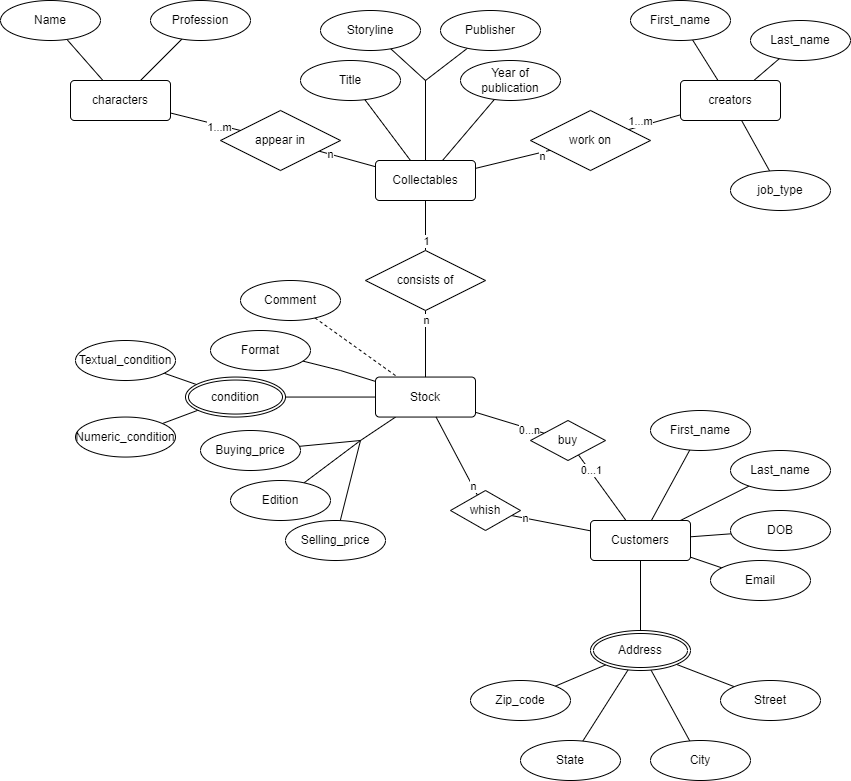
This is ER.drawio.png from FlorainK/SQL-endterm, a draw.io export, as it was before one commit. Source tidied: cells renumbered, new cells last; positions are measured from the earlier drawing's top-left corner, leaving out a move shared by most shapes. Source of this version:
```xml
<mxGraphModel>
  <root>
    <mxCell id="0" />
    <mxCell id="1" parent="0" />
    <mxCell id="2" style="edgeStyle=entityRelationEdgeStyle;endArrow=ERzeroToMany;startArrow=ERone;endFill=1;startFill=0;" parent="1" edge="1" target="x">
      <mxGeometry relative="1" as="geometry">
        <mxPoint x="700" y="5" as="sourcePoint" />
      </mxGeometry>
    </mxCell>
    <mxCell id="3" style="edgeStyle=none;rounded=0;jettySize=auto;html=1;endArrow=none;endFill=0;" parent="1" edge="1" source="5" target="39">
      <mxGeometry relative="1" as="geometry" />
    </mxCell>
    <mxCell id="4" style="edgeStyle=none;rounded=0;jettySize=auto;html=1;endArrow=none;endFill=0;" parent="1" edge="1" source="5" target="38">
      <mxGeometry relative="1" as="geometry" />
    </mxCell>
    <mxCell id="5" value="characters" style="rounded=1;arcSize=10;whiteSpace=wrap;html=1;align=center;" parent="1" vertex="1">
      <mxGeometry x="70" y="80" width="100" height="40" as="geometry" />
    </mxCell>
    <mxCell id="6" value="creators" style="rounded=1;arcSize=10;whiteSpace=wrap;html=1;align=center;" parent="1" vertex="1">
      <mxGeometry x="680" y="80" width="100" height="40" as="geometry" />
    </mxCell>
    <mxCell id="7" value="Collectables" style="rounded=1;arcSize=10;whiteSpace=wrap;html=1;align=center;" parent="1" vertex="1">
      <mxGeometry x="375" y="160" width="100" height="40" as="geometry" />
    </mxCell>
    <mxCell id="8" style="edgeStyle=none;rounded=0;jettySize=auto;html=1;endArrow=none;endFill=0;" parent="1" edge="1" source="10">
      <mxGeometry relative="1" as="geometry">
        <mxPoint x="360" y="440" as="targetPoint" />
      </mxGeometry>
    </mxCell>
    <mxCell id="9" style="edgeStyle=none;rounded=0;jettySize=auto;html=1;endArrow=none;endFill=0;" parent="1" edge="1" source="10" target="79">
      <mxGeometry relative="1" as="geometry">
        <Array as="points">
          <mxPoint x="340" y="370" />
        </Array>
      </mxGeometry>
    </mxCell>
    <mxCell id="10" value="Stock" style="rounded=1;arcSize=10;whiteSpace=wrap;html=1;align=center;" parent="1" vertex="1">
      <mxGeometry x="375" y="376.5" width="100" height="40" as="geometry" />
    </mxCell>
    <mxCell id="11" style="edgeStyle=none;rounded=0;jettySize=auto;html=1;endArrow=none;endFill=0;" parent="1" edge="1" source="14" target="31">
      <mxGeometry relative="1" as="geometry" />
    </mxCell>
    <mxCell id="12" style="edgeStyle=none;rounded=0;jettySize=auto;html=1;endArrow=none;endFill=0;" parent="1" edge="1" source="14" target="29">
      <mxGeometry relative="1" as="geometry" />
    </mxCell>
    <mxCell id="13" style="edgeStyle=none;rounded=0;jettySize=auto;html=1;endArrow=none;endFill=0;" parent="1" edge="1" source="14" target="30">
      <mxGeometry relative="1" as="geometry" />
    </mxCell>
    <mxCell id="14" value="Customers" style="rounded=1;arcSize=10;whiteSpace=wrap;html=1;align=center;" parent="1" vertex="1">
      <mxGeometry x="590" y="520" width="100" height="40" as="geometry" />
    </mxCell>
    <mxCell id="15" style="edgeStyle=none;rounded=0;jettySize=auto;html=1;endArrow=none;endFill=0;" parent="1" edge="1" source="20" target="14">
      <mxGeometry relative="1" as="geometry" />
    </mxCell>
    <mxCell id="16" style="edgeStyle=none;rounded=0;jettySize=auto;html=1;endArrow=none;endFill=0;" parent="1" edge="1" source="20" target="26">
      <mxGeometry relative="1" as="geometry" />
    </mxCell>
    <mxCell id="17" style="edgeStyle=none;rounded=0;jettySize=auto;html=1;endArrow=none;endFill=0;" parent="1" edge="1" source="20" target="27">
      <mxGeometry relative="1" as="geometry" />
    </mxCell>
    <mxCell id="18" style="edgeStyle=none;rounded=0;jettySize=auto;html=1;endArrow=none;endFill=0;" parent="1" edge="1" source="20" target="28">
      <mxGeometry relative="1" as="geometry" />
    </mxCell>
    <mxCell id="19" style="edgeStyle=none;rounded=0;jettySize=auto;html=1;endArrow=none;endFill=0;" parent="1" edge="1" source="20" target="25">
      <mxGeometry relative="1" as="geometry" />
    </mxCell>
    <mxCell id="20" value="Address" style="ellipse;shape=doubleEllipse;margin=3;whiteSpace=wrap;html=1;align=center;" parent="1" vertex="1">
      <mxGeometry x="590" y="630" width="100" height="40" as="geometry" />
    </mxCell>
    <mxCell id="21" style="edgeStyle=none;rounded=0;jettySize=auto;html=1;exitX=1;exitY=0.5;exitDx=0;exitDy=0;endArrow=none;endFill=0;" parent="1" edge="1" source="24" target="10">
      <mxGeometry relative="1" as="geometry" />
    </mxCell>
    <mxCell id="22" style="edgeStyle=none;rounded=0;jettySize=auto;html=1;endArrow=none;endFill=0;" parent="1" edge="1" source="24" target="33">
      <mxGeometry relative="1" as="geometry" />
    </mxCell>
    <mxCell id="23" style="edgeStyle=none;rounded=0;jettySize=auto;html=1;endArrow=none;endFill=0;" parent="1" edge="1" source="24" target="32">
      <mxGeometry relative="1" as="geometry" />
    </mxCell>
    <mxCell id="24" value="condition" style="ellipse;shape=doubleEllipse;margin=3;whiteSpace=wrap;html=1;align=center;" parent="1" vertex="1">
      <mxGeometry x="185" y="376.5" width="100" height="40" as="geometry" />
    </mxCell>
    <mxCell id="25" value="Zip_code" style="ellipse;whiteSpace=wrap;html=1;align=center;" parent="1" vertex="1">
      <mxGeometry x="470" y="680" width="100" height="40" as="geometry" />
    </mxCell>
    <mxCell id="26" value="State" style="ellipse;whiteSpace=wrap;html=1;align=center;" parent="1" vertex="1">
      <mxGeometry x="520" y="740" width="100" height="40" as="geometry" />
    </mxCell>
    <mxCell id="27" value="City" style="ellipse;whiteSpace=wrap;html=1;align=center;" parent="1" vertex="1">
      <mxGeometry x="650" y="740" width="100" height="40" as="geometry" />
    </mxCell>
    <mxCell id="28" value="Street" style="ellipse;whiteSpace=wrap;html=1;align=center;" parent="1" vertex="1">
      <mxGeometry x="720" y="680" width="100" height="40" as="geometry" />
    </mxCell>
    <mxCell id="29" value="DOB" style="ellipse;whiteSpace=wrap;html=1;align=center;" parent="1" vertex="1">
      <mxGeometry x="730" y="510" width="100" height="40" as="geometry" />
    </mxCell>
    <mxCell id="30" value="Last_name" style="ellipse;whiteSpace=wrap;html=1;align=center;" parent="1" vertex="1">
      <mxGeometry x="730" y="450" width="100" height="40" as="geometry" />
    </mxCell>
    <mxCell id="31" value="First_name" style="ellipse;whiteSpace=wrap;html=1;align=center;" parent="1" vertex="1">
      <mxGeometry x="650" y="410" width="100" height="40" as="geometry" />
    </mxCell>
    <mxCell id="32" value="Textual_condition" style="ellipse;whiteSpace=wrap;html=1;align=center;" parent="1" vertex="1">
      <mxGeometry x="75" y="340" width="100" height="40" as="geometry" />
    </mxCell>
    <mxCell id="33" value="Numeric_condition" style="ellipse;whiteSpace=wrap;html=1;align=center;" parent="1" vertex="1">
      <mxGeometry x="75" y="416.5" width="100" height="40" as="geometry" />
    </mxCell>
    <mxCell id="34" style="edgeStyle=none;rounded=0;jettySize=auto;html=1;endArrow=none;endFill=0;" parent="1" edge="1" source="35" target="6">
      <mxGeometry relative="1" as="geometry" />
    </mxCell>
    <mxCell id="35" value="job_type" style="ellipse;whiteSpace=wrap;html=1;align=center;" parent="1" vertex="1">
      <mxGeometry x="730" y="170" width="100" height="40" as="geometry" />
    </mxCell>
    <mxCell id="36" style="edgeStyle=none;rounded=0;jettySize=auto;html=1;endArrow=none;endFill=0;" parent="1" edge="1" source="37" target="6">
      <mxGeometry relative="1" as="geometry" />
    </mxCell>
    <mxCell id="37" value="First_name" style="ellipse;whiteSpace=wrap;html=1;align=center;" parent="1" vertex="1">
      <mxGeometry x="630" width="100" height="40" as="geometry" />
    </mxCell>
    <mxCell id="38" value="Profession" style="ellipse;whiteSpace=wrap;html=1;align=center;" parent="1" vertex="1">
      <mxGeometry x="150" width="100" height="40" as="geometry" />
    </mxCell>
    <mxCell id="39" value="Name" style="ellipse;whiteSpace=wrap;html=1;align=center;" parent="1" vertex="1">
      <mxGeometry width="100" height="40" as="geometry" />
    </mxCell>
    <mxCell id="40" style="edgeStyle=none;rounded=0;jettySize=auto;html=1;endArrow=none;endFill=0;" parent="1" edge="1" source="44" target="5">
      <mxGeometry relative="1" as="geometry" />
    </mxCell>
    <mxCell id="41" value="1...m" style="edgeLabel;html=1;align=center;verticalAlign=middle;" parent="40" vertex="1">
      <mxGeometry x="-0.42" y="2" relative="1" as="geometry" />
    </mxCell>
    <mxCell id="42" style="edgeStyle=none;rounded=0;jettySize=auto;html=1;endArrow=none;endFill=0;" parent="1" edge="1" source="44" target="7">
      <mxGeometry relative="1" as="geometry" />
    </mxCell>
    <mxCell id="43" value="n" style="edgeLabel;html=1;align=center;verticalAlign=middle;" parent="42" vertex="1">
      <mxGeometry x="-0.63" relative="1" as="geometry" />
    </mxCell>
    <mxCell id="44" value="appear in" style="shape=rhombus;perimeter=rhombusPerimeter;whiteSpace=wrap;html=1;align=center;" parent="1" vertex="1">
      <mxGeometry x="220" y="110" width="120" height="60" as="geometry" />
    </mxCell>
    <mxCell id="45" style="edgeStyle=none;rounded=0;jettySize=auto;html=1;endArrow=none;endFill=0;" parent="1" edge="1" source="49" target="7">
      <mxGeometry relative="1" as="geometry" />
    </mxCell>
    <mxCell id="46" value="n" style="edgeLabel;html=1;align=center;verticalAlign=middle;" parent="45" vertex="1">
      <mxGeometry x="-0.33" relative="1" as="geometry">
        <mxPoint x="16" as="offset" />
      </mxGeometry>
    </mxCell>
    <mxCell id="47" style="edgeStyle=none;rounded=0;jettySize=auto;html=1;endArrow=none;endFill=0;" parent="1" edge="1" source="49" target="6">
      <mxGeometry relative="1" as="geometry" />
    </mxCell>
    <mxCell id="48" value="1...m" style="edgeLabel;html=1;align=center;verticalAlign=middle;" parent="47" vertex="1">
      <mxGeometry x="-0.73" relative="1" as="geometry">
        <mxPoint x="5" y="-7" as="offset" />
      </mxGeometry>
    </mxCell>
    <mxCell id="49" value="work on" style="shape=rhombus;perimeter=rhombusPerimeter;whiteSpace=wrap;html=1;align=center;" parent="1" vertex="1">
      <mxGeometry x="530" y="110" width="120" height="60" as="geometry" />
    </mxCell>
    <mxCell id="50" style="edgeStyle=none;rounded=0;jettySize=auto;html=1;endArrow=none;endFill=0;" parent="1" edge="1" source="54" target="7">
      <mxGeometry relative="1" as="geometry" />
    </mxCell>
    <mxCell id="51" value="1" style="edgeLabel;html=1;align=center;verticalAlign=middle;" parent="50" vertex="1">
      <mxGeometry x="-0.62" relative="1" as="geometry" />
    </mxCell>
    <mxCell id="52" style="edgeStyle=none;rounded=0;jettySize=auto;html=1;endArrow=none;endFill=0;" parent="1" edge="1" source="54" target="10">
      <mxGeometry relative="1" as="geometry" />
    </mxCell>
    <mxCell id="53" value="n" style="edgeLabel;html=1;align=center;verticalAlign=middle;" parent="52" vertex="1">
      <mxGeometry x="-0.7" relative="1" as="geometry" />
    </mxCell>
    <mxCell id="54" value="consists of" style="shape=rhombus;perimeter=rhombusPerimeter;whiteSpace=wrap;html=1;align=center;" parent="1" vertex="1">
      <mxGeometry x="365" y="250" width="120" height="60" as="geometry" />
    </mxCell>
    <mxCell id="55" style="edgeStyle=none;rounded=0;jettySize=auto;html=1;endArrow=none;endFill=0;" parent="1" edge="1" source="59" target="10">
      <mxGeometry relative="1" as="geometry" />
    </mxCell>
    <mxCell id="56" value="n" style="edgeLabel;html=1;align=center;verticalAlign=middle;" parent="55" vertex="1">
      <mxGeometry x="-0.77" relative="1" as="geometry" />
    </mxCell>
    <mxCell id="57" style="edgeStyle=none;rounded=0;jettySize=auto;html=1;endArrow=none;endFill=0;" parent="1" edge="1" source="59" target="14">
      <mxGeometry relative="1" as="geometry" />
    </mxCell>
    <mxCell id="58" value="n" style="edgeLabel;html=1;align=center;verticalAlign=middle;" parent="57" vertex="1">
      <mxGeometry x="-0.67" relative="1" as="geometry" />
    </mxCell>
    <mxCell id="59" value="whish" style="shape=rhombus;perimeter=rhombusPerimeter;whiteSpace=wrap;html=1;align=center;" parent="1" vertex="1">
      <mxGeometry x="450" y="490" width="70" height="40" as="geometry" />
    </mxCell>
    <mxCell id="60" style="edgeStyle=none;rounded=0;jettySize=auto;html=1;endArrow=none;endFill=0;" parent="1" edge="1" source="64" target="10">
      <mxGeometry relative="1" as="geometry" />
    </mxCell>
    <mxCell id="61" value="0...n" style="edgeLabel;html=1;align=center;verticalAlign=middle;" parent="60" vertex="1">
      <mxGeometry x="-0.54" y="1" relative="1" as="geometry" />
    </mxCell>
    <mxCell id="62" style="edgeStyle=none;rounded=0;jettySize=auto;html=1;endArrow=none;endFill=0;" parent="1" edge="1" source="64" target="14">
      <mxGeometry relative="1" as="geometry" />
    </mxCell>
    <mxCell id="63" value="0...1" style="edgeLabel;html=1;align=center;verticalAlign=middle;" parent="62" vertex="1">
      <mxGeometry x="-0.87" relative="1" as="geometry">
        <mxPoint x="9" y="11" as="offset" />
      </mxGeometry>
    </mxCell>
    <mxCell id="64" value="buy" style="shape=rhombus;perimeter=rhombusPerimeter;whiteSpace=wrap;html=1;align=center;" parent="1" vertex="1">
      <mxGeometry x="530" y="420" width="75" height="40" as="geometry" />
    </mxCell>
    <mxCell id="65" style="edgeStyle=none;rounded=0;jettySize=auto;html=1;endArrow=none;endFill=0;" parent="1" edge="1" source="66" target="7">
      <mxGeometry relative="1" as="geometry" />
    </mxCell>
    <mxCell id="66" value="Title" style="ellipse;whiteSpace=wrap;html=1;align=center;" parent="1" vertex="1">
      <mxGeometry x="300" y="60" width="100" height="40" as="geometry" />
    </mxCell>
    <mxCell id="67" style="edgeStyle=none;rounded=0;jettySize=auto;html=1;endArrow=none;endFill=0;" parent="1" edge="1" source="68" target="7">
      <mxGeometry relative="1" as="geometry" />
    </mxCell>
    <mxCell id="68" value="Year of publication" style="ellipse;whiteSpace=wrap;html=1;align=center;" parent="1" vertex="1">
      <mxGeometry x="460" y="60" width="100" height="40" as="geometry" />
    </mxCell>
    <mxCell id="69" style="edgeStyle=none;rounded=0;jettySize=auto;html=1;endArrow=none;endFill=0;" parent="1" edge="1" source="70" target="7">
      <mxGeometry relative="1" as="geometry">
        <Array as="points">
          <mxPoint x="425" y="80" />
        </Array>
      </mxGeometry>
    </mxCell>
    <mxCell id="70" value="Publisher" style="ellipse;whiteSpace=wrap;html=1;align=center;" parent="1" vertex="1">
      <mxGeometry x="440" y="10" width="100" height="40" as="geometry" />
    </mxCell>
    <mxCell id="71" style="edgeStyle=none;rounded=0;jettySize=auto;html=1;endArrow=none;endFill=0;" parent="1" edge="1" source="72" target="7">
      <mxGeometry relative="1" as="geometry">
        <Array as="points">
          <mxPoint x="425" y="80" />
        </Array>
      </mxGeometry>
    </mxCell>
    <mxCell id="72" value="Storyline" style="ellipse;whiteSpace=wrap;html=1;align=center;" parent="1" vertex="1">
      <mxGeometry x="320" y="10" width="100" height="40" as="geometry" />
    </mxCell>
    <mxCell id="73" style="edgeStyle=none;rounded=0;jettySize=auto;html=1;endArrow=none;endFill=0;" parent="1" edge="1" source="74">
      <mxGeometry relative="1" as="geometry">
        <mxPoint x="360" y="440" as="targetPoint" />
      </mxGeometry>
    </mxCell>
    <mxCell id="74" value="Buying_price" style="ellipse;whiteSpace=wrap;html=1;align=center;" parent="1" vertex="1">
      <mxGeometry x="200" y="430" width="100" height="40" as="geometry" />
    </mxCell>
    <mxCell id="75" style="edgeStyle=none;rounded=0;jettySize=auto;html=1;endArrow=none;endFill=0;" parent="1" edge="1" source="76">
      <mxGeometry relative="1" as="geometry">
        <mxPoint x="360" y="440" as="targetPoint" />
      </mxGeometry>
    </mxCell>
    <mxCell id="76" value="Selling_price" style="ellipse;whiteSpace=wrap;html=1;align=center;" parent="1" vertex="1">
      <mxGeometry x="285" y="520" width="100" height="40" as="geometry" />
    </mxCell>
    <mxCell id="77" style="edgeStyle=none;rounded=0;jettySize=auto;html=1;endArrow=none;endFill=0;" parent="1" edge="1" source="78">
      <mxGeometry relative="1" as="geometry">
        <mxPoint x="360" y="440" as="targetPoint" />
      </mxGeometry>
    </mxCell>
    <mxCell id="78" value="Edition" style="ellipse;whiteSpace=wrap;html=1;align=center;" parent="1" vertex="1">
      <mxGeometry x="230" y="480" width="100" height="40" as="geometry" />
    </mxCell>
    <mxCell id="79" value="Format" style="ellipse;whiteSpace=wrap;html=1;align=center;" parent="1" vertex="1">
      <mxGeometry x="210" y="330" width="100" height="40" as="geometry" />
    </mxCell>
    <mxCell id="80" style="edgeStyle=none;rounded=0;jettySize=auto;html=1;endArrow=none;endFill=0;dashed=1;" parent="1" edge="1" source="81" target="10">
      <mxGeometry relative="1" as="geometry" />
    </mxCell>
    <mxCell id="81" value="Comment" style="ellipse;whiteSpace=wrap;html=1;align=center;" parent="1" vertex="1">
      <mxGeometry x="240" y="280" width="100" height="40" as="geometry" />
    </mxCell>
    <mxCell id="82" style="edgeStyle=none;rounded=0;jettySize=auto;html=1;endArrow=none;endFill=0;" parent="1" edge="1" source="83" target="14">
      <mxGeometry relative="1" as="geometry" />
    </mxCell>
    <mxCell id="83" value="Email" style="ellipse;whiteSpace=wrap;html=1;align=center;" parent="1" vertex="1">
      <mxGeometry x="710" y="560" width="100" height="40" as="geometry" />
    </mxCell>
    <mxCell id="84" style="edgeStyle=none;rounded=0;jettySize=auto;html=1;endArrow=none;endFill=0;" parent="1" edge="1" source="85" target="6">
      <mxGeometry relative="1" as="geometry" />
    </mxCell>
    <mxCell id="85" value="Last_name" style="ellipse;whiteSpace=wrap;html=1;align=center;" parent="1" vertex="1">
      <mxGeometry x="750" y="20" width="100" height="40" as="geometry" />
    </mxCell>
  </root>
</mxGraphModel>
```
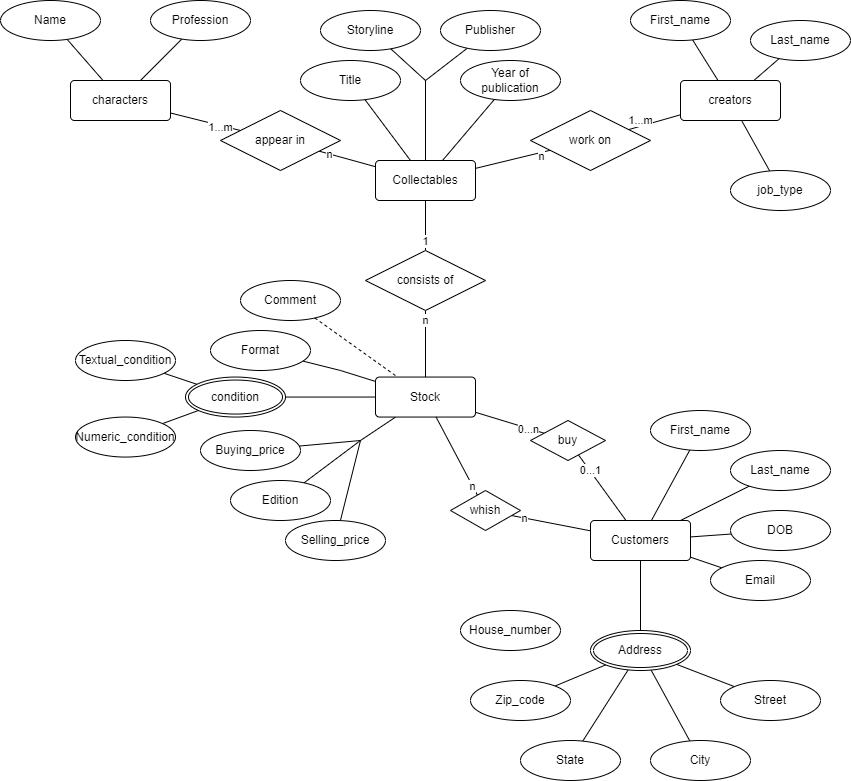
Later version of the same file.

Diff of the diagram source:
```diff
@@ -282,5 +282,8 @@
     <mxCell id="85" value="Last_name" style="ellipse;whiteSpace=wrap;html=1;align=center;" parent="1" vertex="1">
       <mxGeometry x="750" y="20" width="100" height="40" as="geometry" />
     </mxCell>
+    <mxCell id="86" value="House_number" style="ellipse;whiteSpace=wrap;html=1;align=center;" parent="1" vertex="1">
+      <mxGeometry x="460" y="610" width="100" height="40" as="geometry" />
+    </mxCell>
   </root>
 </mxGraphModel>
```
